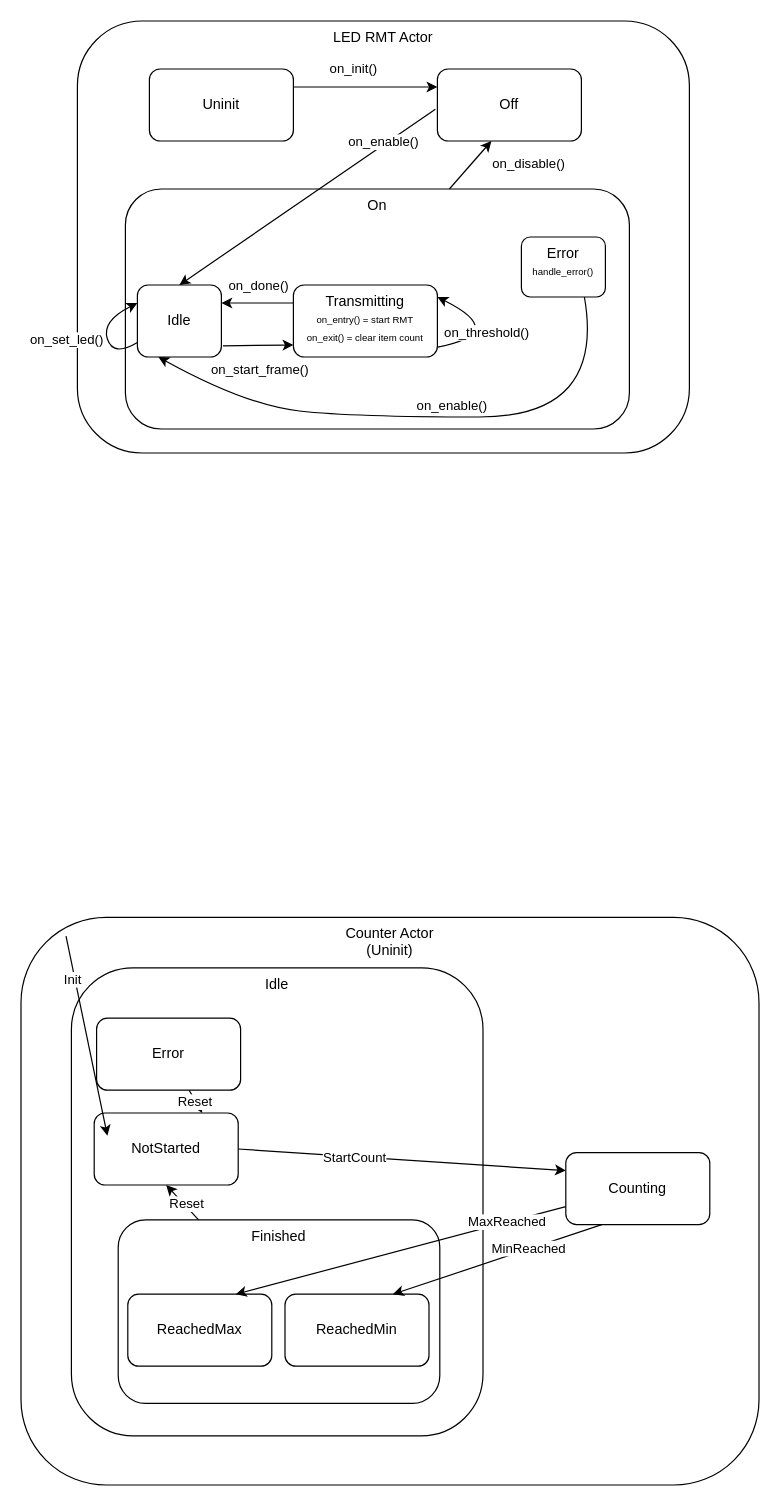
Before: examples/counter/CounterActor.drawio in dcechano/bloxide, a draw.io diagram. Source tidied: cells renumbered, new cells numbered last; positions are measured from the earlier drawing's top-left corner, leaving out a move shared by most shapes. Both pictures are drawn from the tidied source at 120%, with x=0, y=0 at pixel (20, 20).
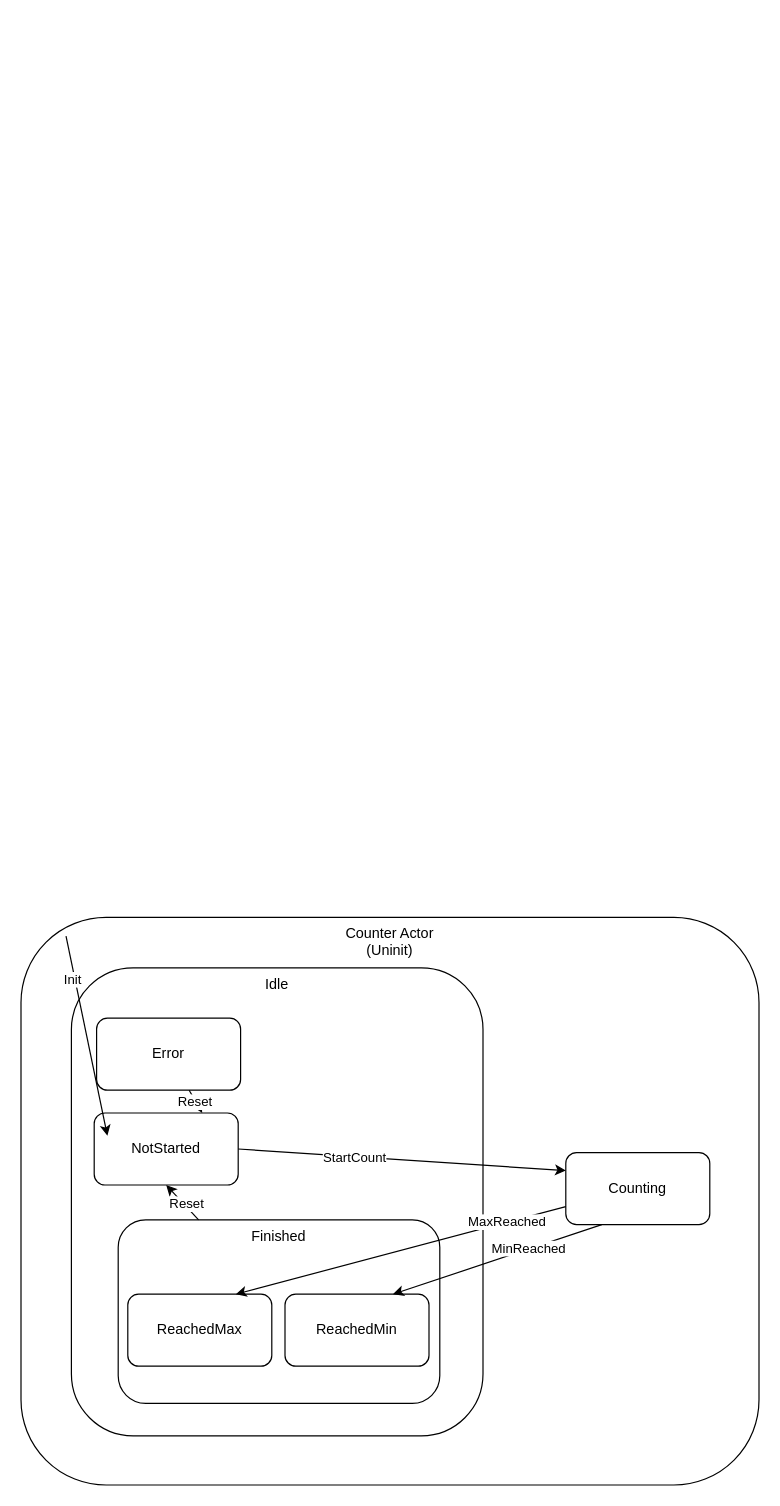
The same diagram, later.

Commit message (it also covers changes not shown here):
Add Copyright Explain SpawnLocal TODO Cleanup Counter drawing

The edit, as a diff of the source:
```diff
@@
-    <mxCell id="2" value="LED RMT Actor" style="rounded=1;whiteSpace=wrap;html=1;verticalAlign=top;" parent="1" vertex="1">
-      <mxGeometry x="47" width="510" height="360" as="geometry" />
-    </mxCell>
-    <mxCell id="3" value="Uninit" style="rounded=1;whiteSpace=wrap;html=1;" parent="1" vertex="1">
-      <mxGeometry x="107" y="40" width="120" height="60" as="geometry" />
-    </mxCell>
-    <mxCell id="4" value="Off" style="rounded=1;whiteSpace=wrap;html=1;" parent="1" vertex="1">
-      <mxGeometry x="347" y="40" width="120" height="60" as="geometry" />
-    </mxCell>
-    <mxCell id="5" value="On" style="rounded=1;whiteSpace=wrap;html=1;verticalAlign=top;" parent="1" vertex="1">
-      <mxGeometry x="87" y="140" width="420" height="200" as="geometry" />
-    </mxCell>
-    <mxCell id="6" value="Idle" style="rounded=1;whiteSpace=wrap;html=1;" parent="1" vertex="1">
-      <mxGeometry x="97" y="220" width="70" height="60" as="geometry" />
-    </mxCell>
-    <mxCell id="7" value="Error&lt;br&gt;&lt;font style=&quot;font-size: 8px;&quot;&gt;handle_error()&lt;/font&gt;" style="rounded=1;whiteSpace=wrap;html=1;verticalAlign=top;" parent="1" vertex="1">
-      <mxGeometry x="417" y="180" width="70" height="50" as="geometry" />
-    </mxCell>
-    <mxCell id="8" value="Transmitting&lt;br&gt;&lt;font style=&quot;font-size: 8px;&quot;&gt;on_entry() = start RMT&lt;br&gt;on_exit() = clear item count&lt;/font&gt;" style="rounded=1;whiteSpace=wrap;html=1;verticalAlign=top;" parent="1" vertex="1">
-      <mxGeometry x="227" y="220" width="120" height="60" as="geometry" />
-    </mxCell>
-    <mxCell id="9" style="endArrow=classic;html=1;rounded=0;entryX=-0.011;entryY=0.644;entryDx=0;entryDy=0;entryPerimeter=0;exitX=1;exitY=0.5;exitDx=0;exitDy=0;" parent="1" edge="1">
-      <mxGeometry relative="1" as="geometry">
-        <mxPoint x="168.3" y="270.7" as="sourcePoint" />
-        <mxPoint x="227" y="270" as="targetPoint" />
-      </mxGeometry>
-    </mxCell>
-    <mxCell id="10" value="on_start_frame()" style="edgeLabel;html=1;align=center;verticalAlign=middle;" parent="9" vertex="1">
-      <mxGeometry x="-0.01" y="2" relative="1" as="geometry">
-        <mxPoint x="1" y="22" as="offset" />
-      </mxGeometry>
-    </mxCell>
-    <mxCell id="11" style="endArrow=classic;html=1;rounded=0;exitX=0;exitY=0.25;exitDx=0;exitDy=0;entryX=1;entryY=0.25;entryDx=0;entryDy=0;" parent="1" edge="1" source="8" target="6">
-      <mxGeometry relative="1" as="geometry" />
-    </mxCell>
-    <mxCell id="12" value="on_done()" style="edgeLabel;html=1;align=center;verticalAlign=middle;fontColor=light-dark(#000000,#00CC00);" parent="11" vertex="1">
-      <mxGeometry x="0.11" y="2" relative="1" as="geometry">
-        <mxPoint x="3" y="-17" as="offset" />
-      </mxGeometry>
-    </mxCell>
-    <mxCell id="13" style="curved=1;endArrow=classic;html=1;rounded=0;exitX=1.003;exitY=0.862;exitDx=0;exitDy=0;exitPerimeter=0;" parent="1" edge="1" source="8" target="8">
-      <mxGeometry relative="1" as="geometry">
-        <Array as="points">
-          <mxPoint x="407" y="260" />
-          <mxPoint x="347" y="230" />
-        </Array>
-      </mxGeometry>
-    </mxCell>
-    <mxCell id="14" value="on_threshold()" style="edgeLabel;html=1;align=center;verticalAlign=middle;fontColor=light-dark(#000000,#00CC00);" parent="13" vertex="1">
-      <mxGeometry x="-0.6" y="4" relative="1" as="geometry">
-        <mxPoint x="15" y="-3" as="offset" />
-      </mxGeometry>
-    </mxCell>
-    <mxCell id="15" style="endArrow=classic;html=1;rounded=0;entryX=0;entryY=0.25;entryDx=0;entryDy=0;exitX=1;exitY=0.25;exitDx=0;exitDy=0;" parent="1" edge="1" source="3" target="4">
-      <mxGeometry relative="1" as="geometry" />
-    </mxCell>
-    <mxCell id="16" value="on_init()" style="edgeLabel;html=1;align=center;verticalAlign=middle;" parent="15" vertex="1">
-      <mxGeometry x="-0.46" relative="1" as="geometry">
-        <mxPoint x="17" y="-15" as="offset" />
-      </mxGeometry>
-    </mxCell>
-    <mxCell id="17" style="endArrow=classic;html=1;rounded=0;exitX=-0.014;exitY=0.56;exitDx=0;exitDy=0;exitPerimeter=0;entryX=0.5;entryY=0;entryDx=0;entryDy=0;" parent="1" edge="1" source="4" target="6">
-      <mxGeometry relative="1" as="geometry" />
-    </mxCell>
-    <mxCell id="18" value="on_enable()" style="edgeLabel;html=1;align=center;verticalAlign=middle;" parent="17" vertex="1">
-      <mxGeometry x="-0.3" relative="1" as="geometry">
-        <mxPoint x="31" y="-25" as="offset" />
-      </mxGeometry>
-    </mxCell>
-    <mxCell id="19" style="curved=1;endArrow=classic;html=1;rounded=0;entryX=0;entryY=0.25;entryDx=0;entryDy=0;exitX=0;exitY=0.8;exitDx=0;exitDy=0;exitPerimeter=0;" parent="1" edge="1" source="6" target="6">
-      <mxGeometry relative="1" as="geometry">
-        <Array as="points">
-          <mxPoint x="77" y="280" />
-          <mxPoint x="67" y="250" />
-        </Array>
-      </mxGeometry>
-    </mxCell>
-    <mxCell id="20" value="on_set_led()" style="edgeLabel;html=1;align=center;verticalAlign=middle;" parent="19" vertex="1">
-      <mxGeometry x="-0.13" y="-3" relative="1" as="geometry">
-        <mxPoint x="-38" as="offset" />
-      </mxGeometry>
-    </mxCell>
-    <mxCell id="21" style="curved=1;endArrow=classic;html=1;rounded=0;entryX=0.25;entryY=1;entryDx=0;entryDy=0;exitX=0.75;exitY=1;exitDx=0;exitDy=0;" parent="1" edge="1" source="7" target="6">
-      <mxGeometry relative="1" as="geometry">
-        <Array as="points">
-          <mxPoint x="487" y="330" />
-          <mxPoint x="277" y="330" />
-          <mxPoint x="187" y="320" />
-        </Array>
-      </mxGeometry>
-    </mxCell>
-    <mxCell id="22" value="on_enable()" style="edgeLabel;html=1;align=center;verticalAlign=middle;" parent="21" vertex="1">
-      <mxGeometry x="-0.05" y="-1" relative="1" as="geometry">
-        <mxPoint y="-9" as="offset" />
-      </mxGeometry>
-    </mxCell>
-    <mxCell id="23" style="endArrow=classic;html=1;rounded=0;entryX=0.75;entryY=1;entryDx=0;entryDy=0;exitX=0.75;exitY=0;exitDx=0;exitDy=0;" parent="1" edge="1">
-      <mxGeometry relative="1" as="geometry">
-        <mxPoint x="357" y="140" as="sourcePoint" />
-        <mxPoint x="392" y="100" as="targetPoint" />
-      </mxGeometry>
-    </mxCell>
-    <mxCell id="24" value="on_disable()" style="edgeLabel;html=1;align=center;verticalAlign=middle;" parent="23" vertex="1">
-      <mxGeometry x="0.1" relative="1" as="geometry">
-        <mxPoint x="46" as="offset" />
-      </mxGeometry>
-    </mxCell>
```
